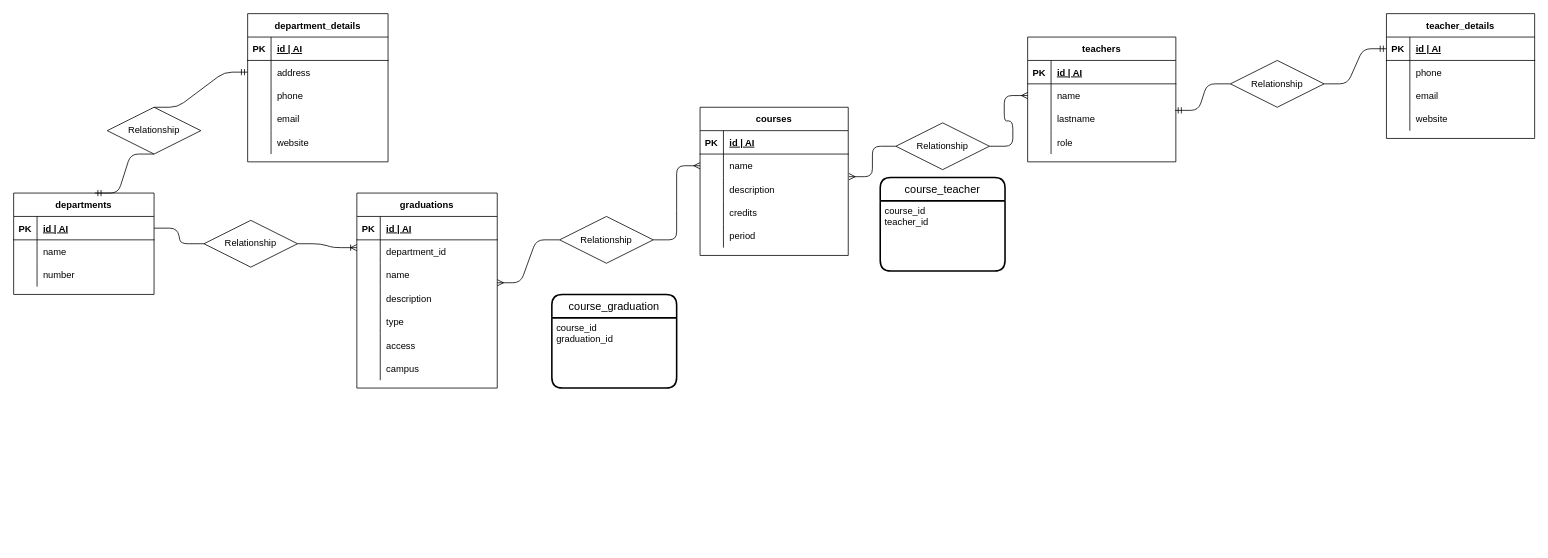
This is db-university.drawio from DoinaGanceriuc/db-university, a draw.io file, before an edit. Source tidied: cells renumbered, new cells numbered last; positions are measured from the earlier drawing's top-left corner, leaving out a move shared by most shapes. Both pictures are drawn from the tidied source at 78%, with x=0, y=0 at pixel (13, 13).
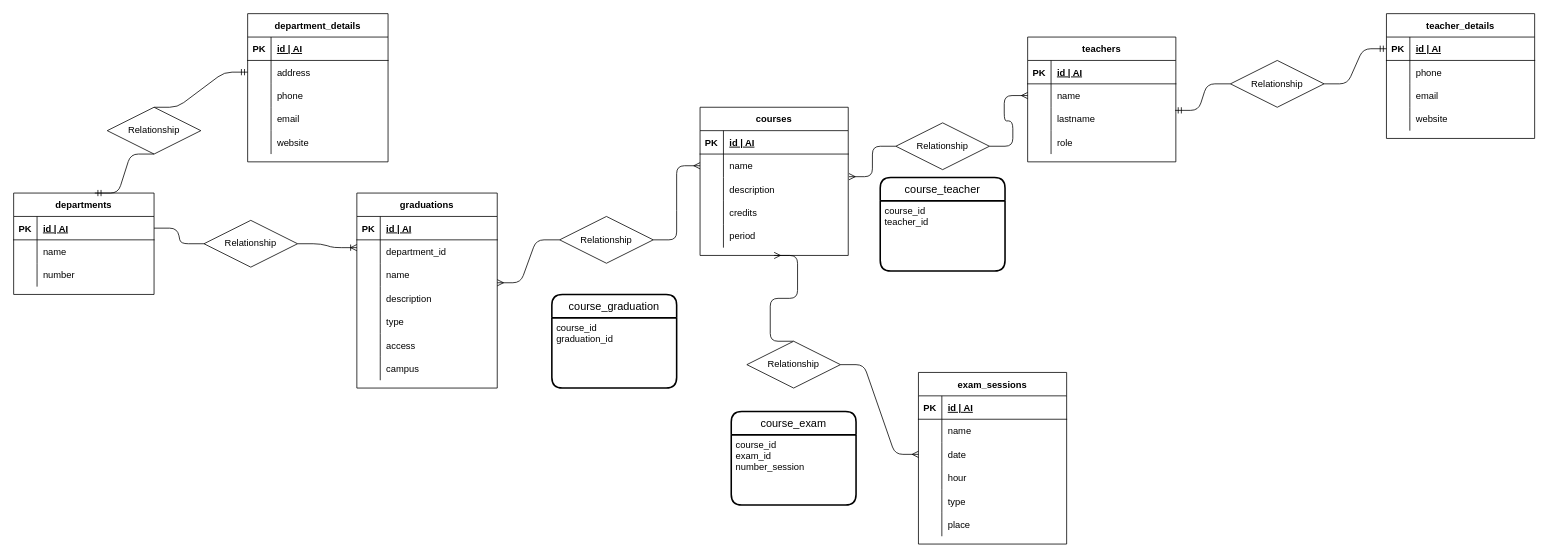
The same page after the edit.

Commit message:
add exam_sessions table

The change refers to these unchanged cells:
```xml
<mxCell id="56" value="courses" style="shape=table;startSize=30;childLayout=tableLayout;rowLines=0;fontStyle=1;align=center;" parent="1" vertex="1">
  <mxGeometry x="880" y="120" width="190" height="190" as="geometry" />
</mxCell>
```

Diff of the diagram source:
```diff
@@
+    <mxCell id="111" value="exam_sessions" style="shape=table;startSize=30;childLayout=tableLayout;rowLines=0;fontStyle=1;align=center;" parent="1" vertex="1">
+      <mxGeometry x="1160" y="460" width="190" height="220" as="geometry" />
+    </mxCell>
+    <mxCell id="112" style="shape=partialRectangle;fillColor=none;top=0;left=0;bottom=1;right=0;" parent="111" vertex="1">
+      <mxGeometry y="30" width="190" height="30" as="geometry" />
+    </mxCell>
+    <mxCell id="113" value="PK" style="shape=partialRectangle;fillColor=none;top=0;left=0;bottom=0;right=0;fontStyle=1;overflow=hidden;" parent="112" vertex="1">
+      <mxGeometry width="30" height="30" as="geometry" />
+    </mxCell>
+    <mxCell id="114" value="id | AI" style="shape=partialRectangle;fillColor=none;top=0;left=0;bottom=0;right=0;align=left;spacingLeft=6;fontStyle=5;overflow=hidden;" parent="112" vertex="1">
+      <mxGeometry x="30" width="160" height="30" as="geometry" />
+    </mxCell>
+    <mxCell id="115" style="shape=partialRectangle;fillColor=none;top=0;left=0;bottom=0;right=0;" parent="111" vertex="1">
+      <mxGeometry y="60" width="190" height="30" as="geometry" />
+    </mxCell>
+    <mxCell id="116" style="shape=partialRectangle;fillColor=none;top=0;left=0;bottom=0;right=0;overflow=hidden;" parent="115" vertex="1">
+      <mxGeometry width="30" height="30" as="geometry" />
+    </mxCell>
+    <mxCell id="117" value="name" style="shape=partialRectangle;fillColor=none;top=0;left=0;bottom=0;right=0;align=left;spacingLeft=6;overflow=hidden;" parent="115" vertex="1">
+      <mxGeometry x="30" width="160" height="30" as="geometry" />
+    </mxCell>
+    <mxCell id="118" style="shape=partialRectangle;fillColor=none;top=0;left=0;bottom=0;right=0;points=[[0,0.5],[1,0.5]];portConstraint=eastwest;" parent="111" vertex="1">
+      <mxGeometry y="90" width="190" height="30" as="geometry" />
+    </mxCell>
+    <mxCell id="119" style="shape=partialRectangle;fillColor=none;top=0;left=0;bottom=0;right=0;overflow=hidden;" parent="118" vertex="1">
+      <mxGeometry width="30" height="30" as="geometry" />
+    </mxCell>
+    <mxCell id="120" value="date" style="shape=partialRectangle;fillColor=none;top=0;left=0;bottom=0;right=0;align=left;spacingLeft=6;overflow=hidden;" parent="118" vertex="1">
+      <mxGeometry x="30" width="160" height="30" as="geometry" />
+    </mxCell>
+    <mxCell id="121" style="shape=partialRectangle;fillColor=none;top=0;left=0;bottom=0;right=0;" parent="111" vertex="1">
+      <mxGeometry y="120" width="190" height="30" as="geometry" />
+    </mxCell>
+    <mxCell id="122" style="shape=partialRectangle;fillColor=none;top=0;left=0;bottom=0;right=0;overflow=hidden;" parent="121" vertex="1">
+      <mxGeometry width="30" height="30" as="geometry" />
+    </mxCell>
+    <mxCell id="123" value="hour" style="shape=partialRectangle;fillColor=none;top=0;left=0;bottom=0;right=0;align=left;spacingLeft=6;overflow=hidden;" parent="121" vertex="1">
+      <mxGeometry x="30" width="160" height="30" as="geometry" />
+    </mxCell>
+    <mxCell id="124" style="shape=partialRectangle;fillColor=none;top=0;left=0;bottom=0;right=0;" parent="111" vertex="1">
+      <mxGeometry y="150" width="190" height="30" as="geometry" />
+    </mxCell>
+    <mxCell id="125" style="shape=partialRectangle;fillColor=none;top=0;left=0;bottom=0;right=0;overflow=hidden;" parent="124" vertex="1">
+      <mxGeometry width="30" height="30" as="geometry" />
+    </mxCell>
+    <mxCell id="126" value="type" style="shape=partialRectangle;fillColor=none;top=0;left=0;bottom=0;right=0;align=left;spacingLeft=6;overflow=hidden;" parent="124" vertex="1">
+      <mxGeometry x="30" width="160" height="30" as="geometry" />
+    </mxCell>
+    <mxCell id="127" style="shape=partialRectangle;fillColor=none;top=0;left=0;bottom=0;right=0;" parent="111" vertex="1">
+      <mxGeometry y="180" width="190" height="30" as="geometry" />
+    </mxCell>
+    <mxCell id="128" style="shape=partialRectangle;fillColor=none;top=0;left=0;bottom=0;right=0;overflow=hidden;" parent="127" vertex="1">
+      <mxGeometry width="30" height="30" as="geometry" />
+    </mxCell>
+    <mxCell id="129" value="place" style="shape=partialRectangle;fillColor=none;top=0;left=0;bottom=0;right=0;align=left;spacingLeft=6;overflow=hidden;" parent="127" vertex="1">
+      <mxGeometry x="30" width="160" height="30" as="geometry" />
+    </mxCell>
+    <mxCell id="130" style="edgeStyle=entityRelationEdgeStyle;fontSize=12;html=1;endArrow=ERmany;startArrow=none;exitX=0.5;exitY=0;exitDx=0;exitDy=0;entryX=0.5;entryY=1;entryDx=0;entryDy=0;" parent="1" edge="1" source="131" target="56">
+      <mxGeometry relative="1" as="geometry" />
+    </mxCell>
+    <mxCell id="131" value="Relationship" style="shape=rhombus;perimeter=rhombusPerimeter;whiteSpace=wrap;html=1;align=center;" parent="1" vertex="1">
+      <mxGeometry x="940" y="420" width="120" height="60" as="geometry" />
+    </mxCell>
+    <mxCell id="132" style="edgeStyle=entityRelationEdgeStyle;fontSize=12;html=1;endArrow=none;startArrow=ERmany;exitX=0;exitY=0.5;exitDx=0;exitDy=0;" parent="1" edge="1" source="118" target="131">
+      <mxGeometry relative="1" as="geometry" />
+    </mxCell>
+    <mxCell id="133" value="course_exam" style="swimlane;horizontal=1;startSize=30;rounded=1;fontSize=14;fontStyle=0;strokeWidth=2;shadow=0;dashed=0;align=center;" parent="1" vertex="1">
+      <mxGeometry x="920" y="510" width="160" height="120" as="geometry" />
+    </mxCell>
+    <mxCell id="134" value="course_id&#10;exam_id&#10;number_session" style="align=left;strokeColor=none;fillColor=none;spacingLeft=4;fontSize=12;verticalAlign=top;" parent="133" vertex="1">
+      <mxGeometry y="30" width="160" height="90" as="geometry" />
+    </mxCell>
```
